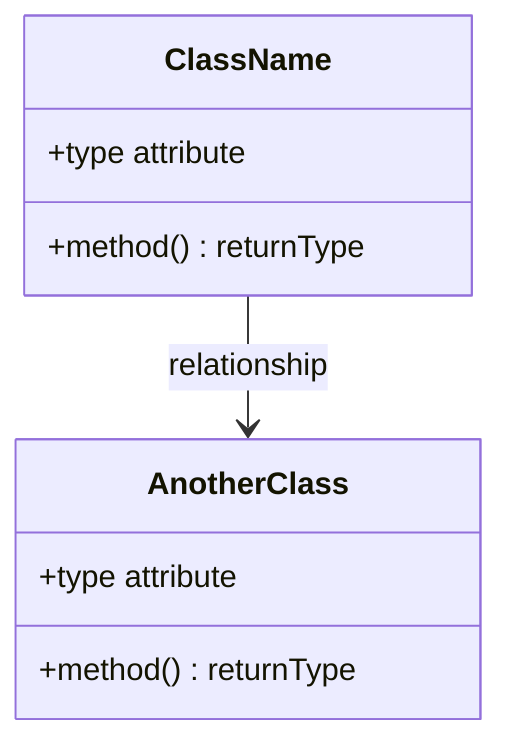
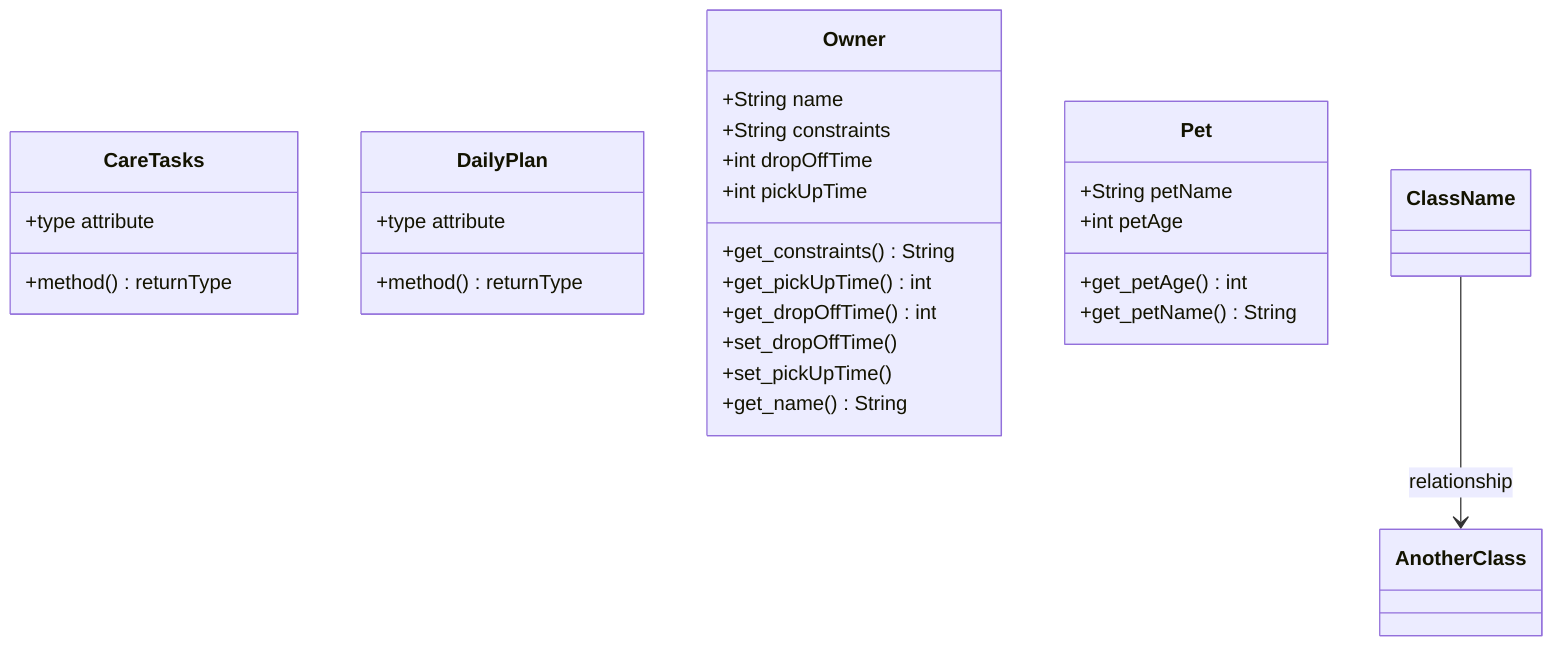
classDiagram
    %% Replace the placeholders below with your actual classes, attributes, methods, and relationships.
    %% Keep this file updated so it matches your final implementation.

-     class ClassName {
+     class CareTasks {
        +type attribute
        +method() returnType
    }

-     class AnotherClass {
+     class DailyPlan {
        +type attribute
        +method() returnType
    }

+     class Owner {
+         +String name
+         +String constraints
+         +int dropOffTime
+         +int pickUpTime
+         +get_constraints() String
+         +get_pickUpTime() int
+         +get_dropOffTime() int
+         +set_dropOffTime()
+         +set_pickUpTime()
+         +get_name() String
+     }
+ 
+     class Pet {
+         +String petName
+         +int petAge
+         +get_petAge() int
+         +get_petName() String
+     }
+ 
    ClassName --> AnotherClass : relationship
